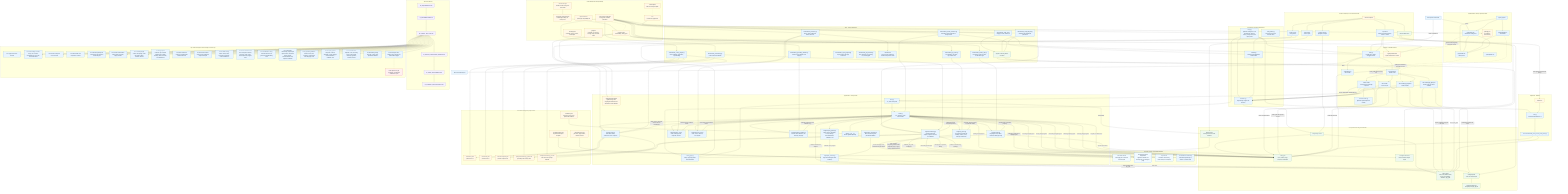
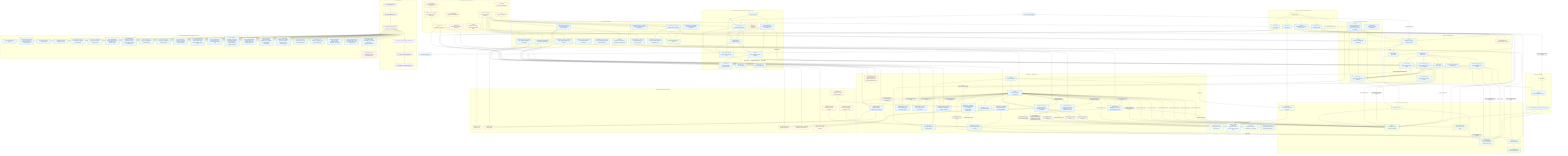
%% BLC Website Audit Automation - current implemented architecture
- %% Generated from local repo audit on 2026-05-29.
+ %% Generated from local repo audit on 2026-05-29; updated 2026-06-01 for the Epic P1-E5 operator UI.
%% Solid arrows are implemented runtime paths.
%% Dotted arrows are scaffolds, placeholders, or future-epic integration points.

flowchart TB
  classDef implemented fill:#e8f4ff,stroke:#1b64a0,color:#102033
  classDef data fill:#eef8ef,stroke:#2e7d32,color:#102033
  classDef config fill:#fff7e6,stroke:#b26a00,color:#102033
  classDef placeholder fill:#fff0f0,stroke:#b42318,color:#102033
  classDef docs fill:#f4f0ff,stroke:#6941c6,color:#102033
  classDef external fill:#f0f9ff,stroke:#0369a1,color:#102033

  Operator["BLC operator / API client"]:::implemented

-   subgraph Frontend["apps/frontend - Next.js TypeScript shell"]
+   subgraph Frontend["apps/frontend - Next.js TypeScript operator UI (P1-E5)"]
    FrontendApp["pages/_app.tsx"]:::implemented
-     HomePage["pages/index.tsx<br/>Submission landing shell"]:::implemented
-     AuditsPage["pages/audits.tsx<br/>History shell"]:::implemented
-     AuditDetailPage["pages/audit/[id].tsx<br/>Detail shell"]:::implemented
-     FrontendStyles["styles/globals.css"]:::implemented
+     HomePage["pages/index.tsx<br/>Audit submission (P1-20)"]:::implemented
+     AuditsPage["pages/audits.tsx<br/>Audit history (P1-22)"]:::implemented
+     AuditDetailPage["pages/audit/[id].tsx<br/>Progress + result, polling, PDF (P1-21)"]:::implemented
+     Layout["components/Layout.tsx<br/>Header with BLC logo and nav"]:::implemented
+     ApiClient["lib/api.ts<br/>Typed API client and error handling"]:::implemented
+     FormatHelpers["lib/format.ts<br/>Status/score/date presentation helpers"]:::implemented
+     LogoAsset["public/blc-logo.svg<br/>BLC logo asset"]:::implemented
+     FrontendStyles["styles/globals.css<br/>Branded design system"]:::implemented
    FrontendTooling["package.json<br/>tsconfig.json<br/>ESLint config"]:::config
  end

  subgraph Api["apps/api - FastAPI backend"]
    FastApiApp["main.py<br/>FastAPI app, CORS, Swagger redirect"]:::implemented
    HealthRouter["routes/health.py<br/>GET /health"]:::implemented
    AuditsRouter["routes/audits.py<br/>/audits router"]:::implemented
    AuditSchemas["schemas/audits.py<br/>Pydantic request/response models"]:::implemented
    CreateAudit["POST /audits<br/>Create job and optionally enqueue"]:::implemented
    ListAudits["GET /audits<br/>List recent jobs"]:::implemented
    StatusAudit["GET /audits/{job_id}/status<br/>Read progress"]:::implemented
+     DetailAudit["GET /audits/{job_id}<br/>Scores + composed report payload (P1-E5)"]:::implemented
    ReportAudit["GET /audits/{job_id}/report<br/>Stream local PDF when available"]:::implemented
    ApiDockerfile["apps/api/Dockerfile<br/>Python image with uv install"]:::config
  end

  subgraph Shared["apps/shared - backend shared layer"]
    Settings["config.py<br/>Pydantic settings from .env<br/>includes PSI, OpenAI, rubric, prompt, brand, and report paths"]:::implemented
    Database["database.py<br/>SQLAlchemy engine and sessions"]:::implemented
    Models["models.py<br/>AuditJob and AuditResult ORM models"]:::implemented
    States["audit_states.py<br/>Job status enum and terminal states"]:::implemented
  end

  subgraph Worker["apps/worker - Celery worker"]
    CeleryApp["celery_app.py<br/>Celery app using Redis broker/backend"]:::implemented
    RunAudit["tasks.py<br/>run_audit Celery task"]:::implemented
    CollectionPipeline["tasks.py<br/>run_collection_audit orchestration"]:::implemented
    CrawlerStage["stages/crawler.py<br/>Playwright crawl, robots, timeouts, failed-page logs"]:::implemented
    PsiStage["stages/psi_client.py<br/>per-page PSI mobile and desktop, retries, cache, API-key header auth"]:::implemented
    SeoStage["stages/extractor_seo.py<br/>meta, headings, links, image alt, schema"]:::implemented
    UxStage["stages/extractor_uxui.py<br/>CTAs, forms, contacts, trust signals"]:::implemented
    ScoringStage["stages/scoring.py<br/>safe YAML rubrics, evaluators, score composer"]:::implemented
    CommentaryStage["stages/commentary.py<br/>OpenAI Structured Outputs, Pydantic schema, local fallback"]:::implemented
    GroundingStage["stages/grounding_validator.py<br/>numeric claim extraction, fact matching, stripping"]:::implemented
    ReportPayloadStage["stages/report_payload.py<br/>report schema, metadata, scores, findings, recommendations, validation, PSI"]:::implemented
    BrandStage["stages/report_branding.py<br/>BLC brand config and placeholder fallback"]:::implemented
    PdfRendererStage["stages/pdf_renderer.py<br/>Jinja2 and WeasyPrint PDF rendering"]:::implemented
    StagePackage["stages/__init__.py<br/>Worker pipeline package"]:::implemented
    WorkerDockerfile["apps/worker/Dockerfile<br/>Python image with Playwright Chromium and WeasyPrint native libraries"]:::config
  end

  subgraph External["External services and audited websites"]
    TargetWebsite["Submitted website<br/>homepage plus same-site internal pages"]:::external
    GooglePsiApi["Google PageSpeed Insights API<br/>Lighthouse mobile and desktop facts per analyzed page"]:::external
    OpenAIApi["OpenAI API<br/>ChatGPT commentary when API key is configured"]:::external
    LocalFallback["Local fallback commentary<br/>used when OpenAI key is absent or provider fails"]:::implemented
  end

  subgraph Storage["Local persistence and generated files"]
    Postgres["PostgreSQL service"]:::data
    Redis["Redis service<br/>Celery broker and result backend"]:::data
    AuditJobsTable["audit_jobs<br/>id, url, status, stage, progress, timestamps"]:::data
    AuditResultsTable["audit_results<br/>crawl, PSI, SEO/UX facts, scores, commentary, validation, pdf_path"]:::data
    ReportStorage["storage/reports<br/>local PDF output target"]:::data
    ScreenshotStorage["storage/screenshots<br/>local screenshot output target"]:::data
    GeneratedPdf["Generated PDF files<br/>storage/reports/{job_id}.pdf"]:::data
  end

  subgraph Migrations["migrations - Alembic"]
    AlembicConfig["alembic.ini"]:::config
    AlembicEnv["env.py<br/>loads Settings.database_url"]:::implemented
    InitialMigration["versions/20260528_0001_create_audit_tables.py"]:::implemented
  end

  subgraph Compose["docker-compose.yml - local runtime stack"]
    ComposeFile["Docker Compose"]:::config
    ApiService["api service<br/>alembic upgrade head then uvicorn --reload"]:::implemented
    WorkerService["worker service<br/>celery worker"]:::implemented
    PostgresService["postgres service<br/>postgres:16-alpine"]:::implemented
    RedisService["redis service<br/>redis:7-alpine"]:::implemented
    StorageBind["./storage bind mount"]:::data
  end

  subgraph Tooling["Local development and QA tooling"]
    EnvExample[".env.template<br/>safe local config template"]:::config
    EnvFile[".env<br/>local secrets, gitignored"]:::config
    PyProject["pyproject.toml<br/>runtime deps, Ruff, pytest"]:::config
    PoetryLock["poetry.lock and poetry.toml<br/>locked Python deps, no Poetry venv"]:::config
    Requirements["requirements.txt<br/>pinned pip compatibility list"]:::config
    CondaEnv["environment.yml<br/>Conda env with Poetry and pre-commit"]:::config
    PreCommit[".pre-commit-config.yaml<br/>Ruff, pytest, frontend typecheck"]:::config
    DockerIgnore[".dockerignore<br/>excludes caches, secrets, build output"]:::config
    GitIgnore[".gitignore<br/>excludes .env, caches, storage output, frontend build"]:::config
  end

  subgraph ConfigAssets["Versioned scoring and prompt assets"]
    SeoRubric["rubrics/seo.yaml<br/>phase1-seo-v1"]:::config
    UxRubric["rubrics/uxui.yaml<br/>phase1-uxui-v1"]:::config
    CompositeRubric["rubrics/composite.yaml<br/>phase1-composite-v1"]:::config
    CommentarySystemPrompt["prompts/commentary_system.md<br/>grounding and security rules"]:::config
    CommentaryUserPrompt["prompts/commentary_user.md<br/>facts and score prompt template"]:::config
    BrandConfig["brand/blc.yaml<br/>logo path, colors, fonts, placeholder fallback"]:::config
    ReportTemplate["templates/report.html<br/>Jinja2 branded report template"]:::config
    ReportCss["templates/report.css<br/>print CSS, page breaks, headers, footers"]:::config
  end

  subgraph Tests["tests - current verification"]
    ApiTests["tests/unit/test_audit_api.py<br/>Swagger, create, status, list"]:::implemented
    LifecycleTests["tests/unit/test_audit_lifecycle.py<br/>AuditJob and AuditResult persistence"]:::implemented
    CrawlerTests["tests/unit/test_crawler_utils.py<br/>URL safety, same-site rules, HTTP failure logic"]:::implemented
    ExtractorTests["tests/unit/test_extractors.py<br/>strong, weak, malformed fixture extraction"]:::implemented
    PsiTests["tests/unit/test_psi_client.py<br/>normalization, skip path, key header auth"]:::implemented
    ScoringTests["tests/unit/test_scoring_engine.py<br/>rubric validation, calibration, reproducibility"]:::implemented
    CommentaryTests["tests/unit/test_commentary.py<br/>schema and local fallback"]:::implemented
    GroundingTests["tests/unit/test_grounding_validator.py<br/>numeric claim validation and stripping"]:::implemented
    WorkerCollectionTests["tests/unit/test_worker_collection.py<br/>full worker artifact persistence through P1-E4"]:::implemented
    ReportPayloadTests["tests/unit/test_report_payload.py<br/>report schema and edge summaries"]:::implemented
    PdfRendererTests["tests/unit/test_pdf_renderer.py<br/>short, medium, long, missing PSI, failed pages"]:::implemented
    FixturesDir["tests/fixtures<br/>strong, weak, malformed HTML and expected JSON"]:::implemented
    SQLiteTestDb["SQLite in-memory DB for unit tests"]:::data
  end

  subgraph Docs["docs and planning"]
    RequirementsDoc["01_REQUIREMENTS.md"]:::docs
    ImplementationDoc["02_IMPLEMENTATION.md"]:::docs
    JiraDoc["03_PHASE1_JIRA_PLAN.md"]:::docs
    HandoffDoc["04_PHASE1_CONFLUENCE_HANDOFF.md"]:::docs
    WalkthroughDoc["05_CODE_WALKTHROUGH.md"]:::docs
    ArchitectureDoc["06_CURRENT_ARCHITECTURE.mmd"]:::docs
  end

  Operator -->|"opens"| HomePage
  Operator -->|"HTTP / Swagger UI"| FastApiApp
  FrontendApp --> HomePage
  FrontendApp --> AuditsPage
  FrontendApp --> AuditDetailPage
  HomePage --> AuditsPage
  AuditsPage --> HomePage
  AuditDetailPage --> AuditsPage
-   HomePage -.->|"operator API integration planned in P1-E5"| FastApiApp
-   AuditsPage -.->|"history table planned in P1-E5"| ListAudits
-   AuditDetailPage -.->|"polling and download planned in P1-E5"| StatusAudit
+   HomePage --> ApiClient
+   AuditsPage --> ApiClient
+   AuditDetailPage --> ApiClient
+   HomePage --> Layout
+   AuditsPage --> Layout
+   AuditDetailPage --> Layout
+   Layout --> LogoAsset
+   ApiClient --> FormatHelpers
+   ApiClient -->|"POST /audits"| CreateAudit
+   ApiClient -->|"GET /audits"| ListAudits
+   ApiClient -->|"poll GET /audits/{job_id}"| DetailAudit
+   AuditDetailPage -->|"download link"| ReportAudit

  FastApiApp --> HealthRouter
  FastApiApp --> AuditsRouter
  FastApiApp -->|"GET /"| SwaggerDocs["/docs and /openapi.json"]:::implemented
  AuditsRouter --> CreateAudit
  AuditsRouter --> ListAudits
  AuditsRouter --> StatusAudit
+   AuditsRouter --> DetailAudit
  AuditsRouter --> ReportAudit
  CreateAudit --> AuditSchemas
  CreateAudit --> Database
  ListAudits --> Database
  StatusAudit --> Database
+   DetailAudit --> Database
+   DetailAudit -->|"reuse compose_report_payload"| ReportPayloadStage
  ReportAudit --> Database

  Settings --> FastApiApp
  Settings --> Database
  Settings --> CeleryApp
  Settings --> AlembicEnv
  States --> Models
  Models --> Database
  Database --> Postgres
  Postgres --> AuditJobsTable
  Postgres --> AuditResultsTable

  CreateAudit -->|"insert queued AuditJob"| AuditJobsTable
  CreateAudit -->|"AUDIT_ENQUEUE_ENABLED=true"| RunAudit
  RunAudit -->|"Celery delay"| Redis
  Redis --> CeleryApp
  CeleryApp --> RunAudit
  RunAudit --> CollectionPipeline
  CollectionPipeline -->|"crawling stage/progress"| AuditJobsTable
  CollectionPipeline --> CrawlerStage
  CrawlerStage -->|"render homepage and selected same-site pages"| TargetWebsite
  CrawlerStage -->|"optional screenshots"| ScreenshotStorage
  CollectionPipeline -->|"collecting_performance stage/progress"| AuditJobsTable
  CollectionPipeline --> PsiStage
  PsiStage -->|"PSI_SCOPE / PSI_MAX_PAGES select analyzed pages; x-goog-api-key header when set"| GooglePsiApi
  CollectionPipeline -->|"extracting stage/progress"| AuditJobsTable
  CollectionPipeline --> SeoStage
  CollectionPipeline --> UxStage
  SeoStage -->|"SEO facts from rendered HTML"| CollectionPipeline
  UxStage -->|"UX/UI facts from rendered HTML"| CollectionPipeline
  PsiStage -->|"complete, skipped, partial, or failed PSI artifact"| CollectionPipeline
  CrawlerStage -->|"crawled pages and failed-page log"| CollectionPipeline
  CollectionPipeline -->|"scoring stage/progress"| AuditJobsTable
  CollectionPipeline --> ScoringStage
  ScoringStage --> SeoRubric
  ScoringStage --> UxRubric
  ScoringStage --> CompositeRubric
  ScoringStage -->|"SEO, UX/UI, Lead Gen scores and rule breakdowns"| CollectionPipeline
  CollectionPipeline -->|"commenting stage/progress"| AuditJobsTable
  CollectionPipeline --> CommentaryStage
  CommentaryStage --> CommentarySystemPrompt
  CommentaryStage --> CommentaryUserPrompt
  CommentaryStage -->|"OPENAI_API_KEY configured"| OpenAIApi
  CommentaryStage -->|"missing key or provider failure"| LocalFallback
  OpenAIApi -->|"structured parsed output"| CommentaryStage
  LocalFallback -->|"valid local commentary payload"| CommentaryStage
  CommentaryStage -->|"validated Pydantic commentary artifact"| CollectionPipeline
  CollectionPipeline -->|"validating stage/progress"| AuditJobsTable
  CollectionPipeline --> GroundingStage
  GroundingStage -->|"sanitized commentary and validation log"| CollectionPipeline
  CollectionPipeline -->|"validated AuditResult artifacts"| AuditResultsTable
  CollectionPipeline -->|"rendering stage/progress"| AuditJobsTable
  CollectionPipeline --> ReportPayloadStage
  ReportPayloadStage -->|"validated report payload"| PdfRendererStage
  BrandStage --> PdfRendererStage
  BrandConfig --> BrandStage
  ReportTemplate --> PdfRendererStage
  ReportCss --> PdfRendererStage
  PdfRendererStage -->|"writes PDF"| ReportStorage
  PdfRendererStage -->|"report metadata and pdf_path"| AuditResultsTable
  CollectionPipeline -->|"complete or failed status"| AuditJobsTable
  CollectionPipeline --> StagePackage

  ListAudits -->|"reads jobs and optional scores"| AuditJobsTable
  ListAudits --> AuditResultsTable
  StatusAudit -->|"reads lifecycle state"| AuditJobsTable
  StatusAudit -->|"report_available if pdf_path file exists"| AuditResultsTable
  ReportAudit -->|"checks pdf_path"| AuditResultsTable
  ReportAudit -->|"FileResponse when file exists"| ReportStorage
  ReportStorage --> GeneratedPdf

  ComposeFile --> ApiService
  ComposeFile --> WorkerService
  ComposeFile --> PostgresService
  ComposeFile --> RedisService
  ComposeFile --> StorageBind
  ApiService --> ApiDockerfile
  WorkerService --> WorkerDockerfile
  ApiService --> FastApiApp
  WorkerService --> CeleryApp
  PostgresService --> Postgres
  RedisService --> Redis
  StorageBind --> ReportStorage
  StorageBind --> ScreenshotStorage
  ApiService -->|"runs migrations before API startup"| AlembicConfig

  AlembicConfig --> AlembicEnv
  AlembicEnv --> InitialMigration
  InitialMigration --> AuditJobsTable
  InitialMigration --> AuditResultsTable

  EnvExample -.-> EnvFile
  EnvFile --> Settings
  PyProject --> ApiDockerfile
  PyProject --> WorkerDockerfile
  PyProject --> ScoringStage
  PyProject --> CommentaryStage
  CondaEnv --> PoetryLock
  PoetryLock --> PyProject
  Requirements -.-> PyProject
  PreCommit --> ApiTests
  PreCommit --> LifecycleTests
  PreCommit --> CrawlerTests
  PreCommit --> ExtractorTests
  PreCommit --> PsiTests
  PreCommit --> ScoringTests
  PreCommit --> CommentaryTests
  PreCommit --> GroundingTests
  PreCommit --> WorkerCollectionTests
  PreCommit --> FrontendTooling

  ApiTests --> FastApiApp
  ApiTests --> SQLiteTestDb
  LifecycleTests --> Models
  LifecycleTests --> SQLiteTestDb
  CrawlerTests --> CrawlerStage
  ExtractorTests --> SeoStage
  ExtractorTests --> UxStage
  ExtractorTests --> FixturesDir
  PsiTests --> PsiStage
  ScoringTests --> ScoringStage
  ScoringTests --> SeoRubric
  ScoringTests --> UxRubric
  ScoringTests --> CompositeRubric
  CommentaryTests --> CommentaryStage
  CommentaryTests --> CommentarySystemPrompt
  CommentaryTests --> CommentaryUserPrompt
  GroundingTests --> GroundingStage
  WorkerCollectionTests --> CollectionPipeline
  WorkerCollectionTests --> SQLiteTestDb
  SQLiteTestDb --> AuditJobsTable
  SQLiteTestDb --> AuditResultsTable

  RequirementsDoc --> ImplementationDoc
  ImplementationDoc --> JiraDoc
  JiraDoc --> HandoffDoc
  HandoffDoc --> WalkthroughDoc
  WalkthroughDoc --> ArchitectureDoc

-   subgraph EpicStatus["Epic P1-E1 through P1-E4 coverage in current repo"]
+   subgraph EpicStatus["Epic P1-E1 through P1-E5 coverage in current repo"]
    P11["P1-1 project structure: covered"]:::implemented
    P12["P1-2 local tooling: covered in repo; uv is used in Dockerfiles but not on this active shell PATH"]:::implemented
    P13["P1-3 Docker Compose stack: covered"]:::implemented
    P14["P1-4 DB models and migrations: covered"]:::implemented
    P15["P1-5 API and job lifecycle: covered with real collection worker lifecycle"]:::implemented
    P16["P1-6 worker orchestration: Celery, Redis, enqueue, stages, failures"]:::implemented
    P17["P1-7 safe Playwright crawler: homepage, same-site pages, robots, timeouts, failures"]:::implemented
    P18["P1-8 PageSpeed collection: per selected crawled page, mobile, desktop, retries, timeouts, normalized facts"]:::implemented
    P19["P1-9 SEO and UX/UI extractors: implemented deterministic facts"]:::implemented
    P110["P1-10 extractor fixtures: strong, weak, malformed, expected outputs"]:::implemented
    P111["P1-11 YAML scoring rubrics: SEO, UX/UI, composite, versioning, schema validation"]:::implemented
    P112["P1-12 rule evaluators and score composer: boolean, presence, range, exact, threshold, linear, skipped rules"]:::implemented
    P113["P1-13 calibration: strong and weak fixture score gates and reproducibility tests"]:::implemented
    P114["P1-14 ChatGPT commentary and prompts: OpenAI client, structured output schema, recommendation tiers, Pydantic validation"]:::implemented
    P115["P1-15 grounding validator: numeric claims, fact matching, unsupported-claim stripping, tests"]:::implemented
    P116["P1-16 report payload composer: schema, metadata, scores, findings, recommendations, validation, PSI"]:::implemented
    P117["P1-17 branded PDF template: cover, summary, scores, SEO, UX/UI, roadmap, appendix, headers, footers"]:::implemented
    P118["P1-18 branding config: logo path, colors, fonts, placeholder fallback"]:::implemented
    P119["P1-19 PDF QA: short, medium, long, missing PSI, failed internal pages"]:::implemented
-     LaterEpics["Final operator UI, QA packaging, and handoff remain later epics"]:::placeholder
+     P120["P1-20 audit submission page: URL, niche, audience, validation, loading, API error states"]:::implemented
+     P121["P1-21 progress and result page: status polling, stage, percentage, failure, scores, PDF download"]:::implemented
+     P122["P1-22 audit history page: recent audits, status, created date, scores, detail link, PDF link, failed/incomplete labels"]:::implemented
+     LaterEpics["Epic P1-E6 (QA, reproducibility, packaging, handoff) remains"]:::placeholder
  end

  JiraDoc --> P11
  JiraDoc --> P12
  JiraDoc --> P13
  JiraDoc --> P14
  JiraDoc --> P15
  JiraDoc --> P16
  JiraDoc --> P17
  JiraDoc --> P18
  JiraDoc --> P19
  JiraDoc --> P110
  JiraDoc --> P111
  JiraDoc --> P112
  JiraDoc --> P113
  JiraDoc --> P114
  JiraDoc --> P115
  JiraDoc --> P116
  JiraDoc --> P117
  JiraDoc --> P118
  JiraDoc --> P119
-   P119 -.-> LaterEpics
+   JiraDoc --> P120
+   JiraDoc --> P121
+   JiraDoc --> P122
+   P122 -.-> LaterEpics
